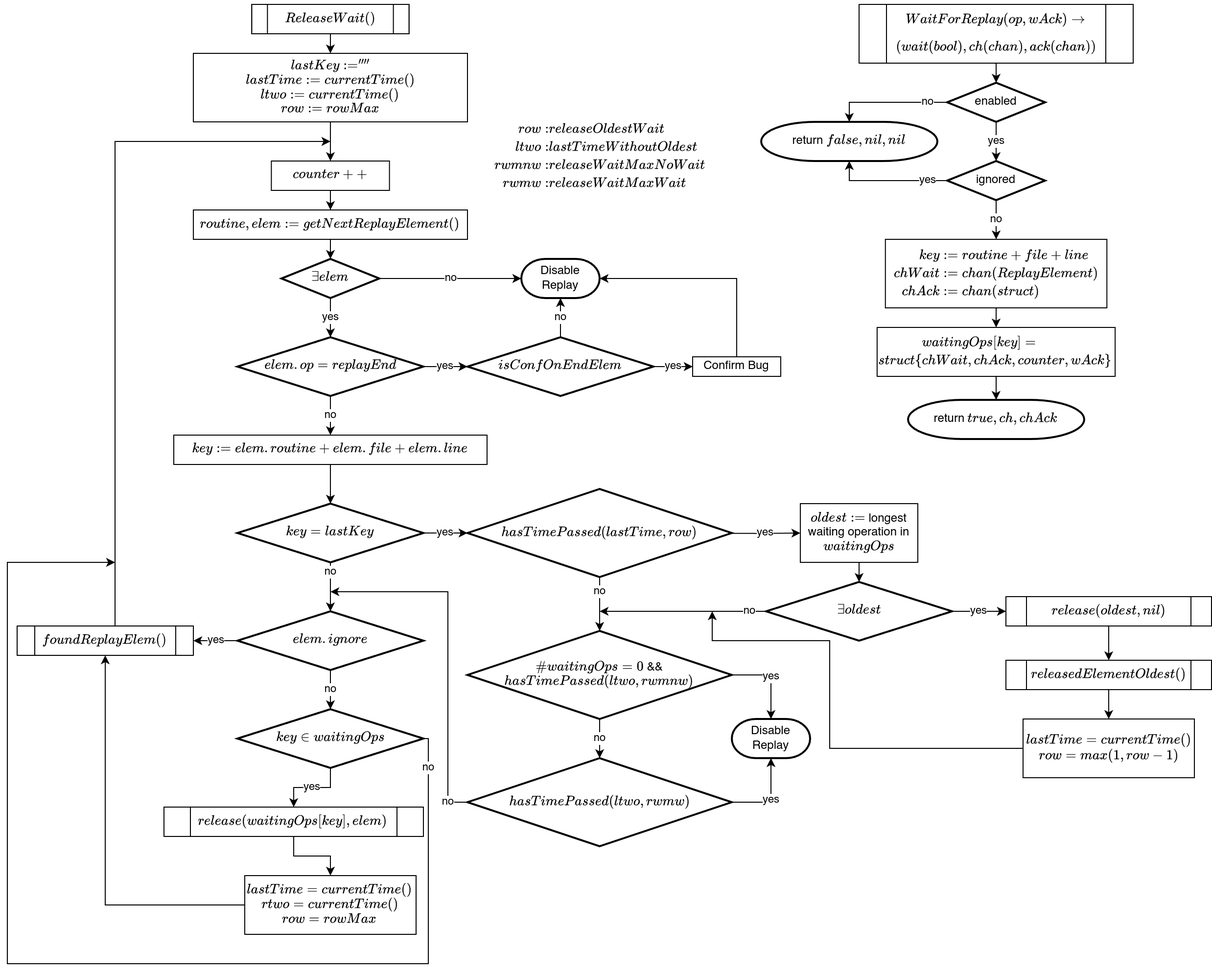
ErikKassubek/ADVOCATE keeps this draw.io diagram as doc/img/replayManager.png. Above is the earlier version. Source tidied: cells renumbered, new cells last; positions are measured from the earlier drawing's top-left corner, leaving out a move shared by most shapes.
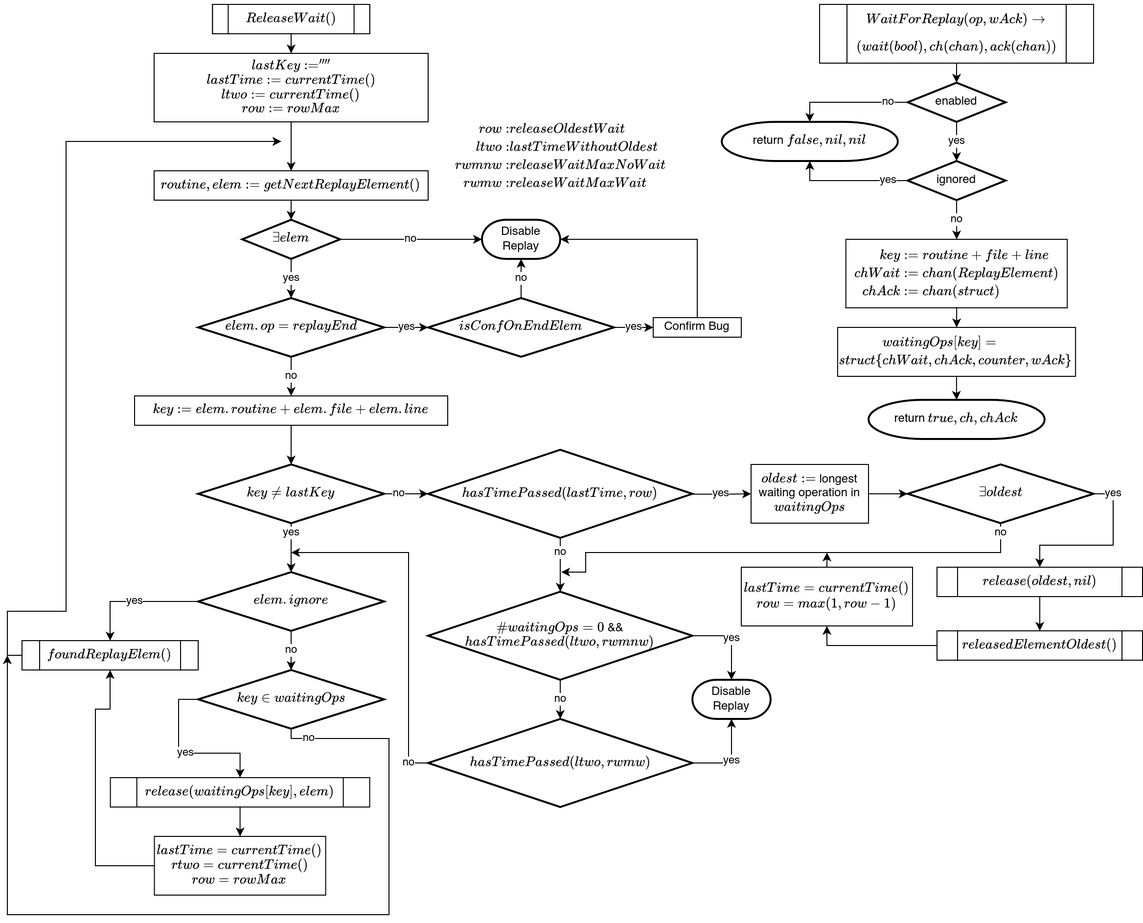
Above is the later version.

Commit message:
continue doc, small corrections in select replay

Diff of the diagram source:
```diff
@@ -13,28 +13,17 @@
         </Array>
       </mxGeometry>
     </mxCell>
-    <mxCell id="4" style="edgeStyle=orthogonalEdgeStyle;rounded=0;jettySize=auto;html=1;" parent="1" edge="1" source="25" target="7">
-      <mxGeometry relative="1" as="geometry">
-        <Array as="points">
-          <mxPoint x="330.3" y="150" />
-          <mxPoint x="330.3" y="150" />
-        </Array>
-      </mxGeometry>
+    <mxCell id="4" style="edgeStyle=orthogonalEdgeStyle;rounded=0;jettySize=auto;html=1;" parent="1" edge="1" source="25" target="9">
+      <mxGeometry relative="1" as="geometry" />
     </mxCell>
     <mxCell id="5" value="\[ReleaseWait()\]" style="shape=process;whiteSpace=wrap;html=1;backgroundOutline=1;" parent="1" vertex="1">
       <mxGeometry x="249.7" width="160.6" height="30" as="geometry" />
     </mxCell>
-    <mxCell id="6" style="edgeStyle=orthogonalEdgeStyle;rounded=0;jettySize=auto;html=1;" parent="1" edge="1" source="7" target="9">
-      <mxGeometry relative="1" as="geometry" />
-    </mxCell>
-    <mxCell id="7" value="\[counter++\]" style="rounded=0;whiteSpace=wrap;html=1;" parent="1" vertex="1">
-      <mxGeometry x="269.7" y="160" width="120.6" height="30" as="geometry" />
-    </mxCell>
     <mxCell id="8" style="edgeStyle=orthogonalEdgeStyle;rounded=0;jettySize=auto;html=1;" parent="1" edge="1" source="9" target="12">
       <mxGeometry relative="1" as="geometry" />
     </mxCell>
     <mxCell id="9" value="\[routine, elem := getNextReplayElement()\]" style="rounded=0;whiteSpace=wrap;html=1;" parent="1" vertex="1">
-      <mxGeometry x="190" y="210" width="280" height="30" as="geometry" />
+      <mxGeometry x="190" y="170" width="280" height="30" as="geometry" />
     </mxCell>
     <mxCell id="10" value="no" style="edgeStyle=orthogonalEdgeStyle;rounded=0;jettySize=auto;html=1;" parent="1" edge="1" source="12" target="13">
       <mxGeometry relative="1" as="geometry" />
@@ -43,10 +32,10 @@
       <mxGeometry relative="1" as="geometry" />
     </mxCell>
     <mxCell id="12" value="\(\exists elem\)" style="strokeWidth=2;html=1;shape=mxgraph.flowchart.decision;whiteSpace=wrap;" parent="1" vertex="1">
-      <mxGeometry x="280" y="260" width="100" height="40" as="geometry" />
+      <mxGeometry x="280" y="220" width="100" height="40" as="geometry" />
     </mxCell>
     <mxCell id="13" value="Disable Replay" style="strokeWidth=2;html=1;shape=mxgraph.flowchart.terminator;whiteSpace=wrap;" parent="1" vertex="1">
-      <mxGeometry x="525" y="260" width="80" height="40" as="geometry" />
+      <mxGeometry x="525" y="220" width="80" height="40" as="geometry" />
     </mxCell>
     <mxCell id="14" value="yes" style="edgeStyle=orthogonalEdgeStyle;rounded=0;jettySize=auto;html=1;" parent="1" edge="1" source="16" target="19">
       <mxGeometry relative="1" as="geometry" />
@@ -55,7 +44,7 @@
       <mxGeometry relative="1" as="geometry" />
     </mxCell>
     <mxCell id="16" value="\(elem.op = replayEnd\)" style="strokeWidth=2;html=1;shape=mxgraph.flowchart.decision;whiteSpace=wrap;" parent="1" vertex="1">
-      <mxGeometry x="235" y="340" width="190" height="60" as="geometry" />
+      <mxGeometry x="235" y="300" width="190" height="60" as="geometry" />
     </mxCell>
     <mxCell id="17" value="yes" style="edgeStyle=orthogonalEdgeStyle;rounded=0;jettySize=auto;html=1;" parent="1" edge="1" source="19" target="21">
       <mxGeometry relative="1" as="geometry" />
@@ -64,23 +53,23 @@
       <mxGeometry relative="1" as="geometry" />
     </mxCell>
     <mxCell id="19" value="\(isConfOnEndElem\)" style="strokeWidth=2;html=1;shape=mxgraph.flowchart.decision;whiteSpace=wrap;" parent="1" vertex="1">
-      <mxGeometry x="470" y="340" width="190" height="60" as="geometry" />
+      <mxGeometry x="470" y="300" width="190" height="60" as="geometry" />
     </mxCell>
     <mxCell id="20" style="edgeStyle=orthogonalEdgeStyle;rounded=0;jettySize=auto;html=1;entryX=1;entryY=0.5;entryDx=0;entryDy=0;entryPerimeter=0;" parent="1" edge="1" source="21" target="13">
       <mxGeometry relative="1" as="geometry">
         <Array as="points">
-          <mxPoint x="745" y="280" />
+          <mxPoint x="745" y="240" />
         </Array>
       </mxGeometry>
     </mxCell>
     <mxCell id="21" value="Confirm Bug" style="rounded=0;whiteSpace=wrap;html=1;" parent="1" vertex="1">
-      <mxGeometry x="700" y="360" width="90" height="20" as="geometry" />
+      <mxGeometry x="700" y="320" width="90" height="20" as="geometry" />
     </mxCell>
     <mxCell id="22" style="edgeStyle=orthogonalEdgeStyle;rounded=0;jettySize=auto;html=1;" parent="1" edge="1" source="23" target="27">
       <mxGeometry relative="1" as="geometry" />
     </mxCell>
     <mxCell id="23" value="\[key := elem.routine + elem.file + elem.line\]" style="rounded=0;whiteSpace=wrap;html=1;" parent="1" vertex="1">
-      <mxGeometry x="170" y="440" width="320" height="30" as="geometry" />
+      <mxGeometry x="170" y="400" width="320" height="30" as="geometry" />
     </mxCell>
     <mxCell id="24" style="edgeStyle=orthogonalEdgeStyle;rounded=0;jettySize=auto;html=1;entryX=0.5;entryY=0;entryDx=0;entryDy=0;" parent="1" edge="1" source="5" target="25">
       <mxGeometry relative="1" as="geometry">
@@ -92,13 +81,13 @@
     <mxCell id="25" value="\(lastKey := ''''\)&lt;div&gt;\(lastTime := currentTime()\)&lt;div&gt;\(ltwo := currentTime()\)&lt;/div&gt;&lt;/div&gt;&lt;div&gt;\(row := rowMax\)&lt;/div&gt;" style="rounded=0;whiteSpace=wrap;html=1;" parent="1" vertex="1">
       <mxGeometry x="190" y="50" width="280" height="70" as="geometry" />
     </mxCell>
-    <mxCell id="26" value="no" style="edgeStyle=orthogonalEdgeStyle;rounded=0;jettySize=auto;html=1;" parent="1" edge="1" source="27">
+    <mxCell id="26" value="yes" style="edgeStyle=orthogonalEdgeStyle;rounded=0;jettySize=auto;html=1;" parent="1" edge="1" source="27">
       <mxGeometry x="-0.6" relative="1" as="geometry">
-        <mxPoint x="330" y="620" as="targetPoint" />
+        <mxPoint x="330" y="580" as="targetPoint" />
       </mxGeometry>
     </mxCell>
-    <mxCell id="27" value="\(key = lastKey\)" style="strokeWidth=2;html=1;shape=mxgraph.flowchart.decision;whiteSpace=wrap;" parent="1" vertex="1">
-      <mxGeometry x="235" y="510" width="190" height="60" as="geometry" />
+    <mxCell id="27" value="\(key \neq lastKey\)" style="strokeWidth=2;html=1;shape=mxgraph.flowchart.decision;whiteSpace=wrap;" parent="1" vertex="1">
+      <mxGeometry x="235" y="470" width="190" height="60" as="geometry" />
     </mxCell>
     <mxCell id="28" value="yes" style="edgeStyle=orthogonalEdgeStyle;rounded=0;jettySize=auto;html=1;exitX=0.991;exitY=0.504;exitDx=0;exitDy=0;exitPerimeter=0;" parent="1" edge="1" source="30" target="33">
       <mxGeometry relative="1" as="geometry" />
@@ -107,59 +96,64 @@
       <mxGeometry x="-0.45" relative="1" as="geometry" />
     </mxCell>
     <mxCell id="30" value="\(hasTimePassed(\)\(lastTime, row)\)" style="strokeWidth=2;html=1;shape=mxgraph.flowchart.decision;whiteSpace=wrap;" parent="1" vertex="1">
-      <mxGeometry x="470" y="495" width="270" height="90" as="geometry" />
+      <mxGeometry x="470" y="455" width="270" height="90" as="geometry" />
     </mxCell>
-    <mxCell id="31" value="yes" style="edgeStyle=orthogonalEdgeStyle;rounded=0;jettySize=auto;html=1;exitX=1;exitY=0.5;exitDx=0;exitDy=0;exitPerimeter=0;entryX=0;entryY=0.5;entryDx=0;entryDy=0;entryPerimeter=0;" parent="1" edge="1" source="27" target="30">
-      <mxGeometry relative="1" as="geometry" />
+    <mxCell id="31" value="no" style="edgeStyle=orthogonalEdgeStyle;rounded=0;jettySize=auto;html=1;exitX=1;exitY=0.5;exitDx=0;exitDy=0;exitPerimeter=0;entryX=0;entryY=0.5;entryDx=0;entryDy=0;entryPerimeter=0;" parent="1" edge="1" source="27" target="30">
+      <mxGeometry x="-0.33" relative="1" as="geometry">
+        <Array as="points">
+          <mxPoint x="450" y="500" />
+          <mxPoint x="450" y="500" />
+        </Array>
+      </mxGeometry>
     </mxCell>
-    <mxCell id="32" value="yes" style="edgeStyle=orthogonalEdgeStyle;rounded=0;jettySize=auto;html=1;" parent="1" edge="1" source="37" target="35">
-      <mxGeometry relative="1" as="geometry" />
+    <mxCell id="32" value="yes" style="edgeStyle=orthogonalEdgeStyle;rounded=0;jettySize=auto;html=1;exitX=1;exitY=0.5;exitDx=0;exitDy=0;exitPerimeter=0;" parent="1" edge="1" source="37" target="35">
+      <mxGeometry x="-0.76" relative="1" as="geometry" />
     </mxCell>
     <mxCell id="33" value="\(oldest :=\) longest waiting operation in \(waitingOps\)" style="rounded=0;whiteSpace=wrap;html=1;" parent="1" vertex="1">
-      <mxGeometry x="810" y="510" width="120" height="60" as="geometry" />
+      <mxGeometry x="800" y="470" width="120" height="60" as="geometry" />
     </mxCell>
     <mxCell id="34" style="edgeStyle=orthogonalEdgeStyle;rounded=0;jettySize=auto;html=1;" parent="1" edge="1" source="35" target="61">
       <mxGeometry relative="1" as="geometry" />
     </mxCell>
     <mxCell id="35" value="\(release(oldest, nil)\)" style="shape=process;whiteSpace=wrap;html=1;backgroundOutline=1;" parent="1" vertex="1">
-      <mxGeometry x="1020" y="605" width="210" height="30" as="geometry" />
+      <mxGeometry x="990" y="575" width="210" height="30" as="geometry" />
     </mxCell>
-    <mxCell id="36" style="edgeStyle=orthogonalEdgeStyle;rounded=0;jettySize=auto;html=1;" parent="1" edge="1" source="33" target="37">
+    <mxCell id="36" style="edgeStyle=orthogonalEdgeStyle;rounded=0;jettySize=auto;html=1;entryX=0;entryY=0.5;entryDx=0;entryDy=0;entryPerimeter=0;" parent="1" edge="1" source="33" target="37">
       <mxGeometry relative="1" as="geometry" />
     </mxCell>
     <mxCell id="37" value="\(\exists oldest\)" style="strokeWidth=2;html=1;shape=mxgraph.flowchart.decision;whiteSpace=wrap;" parent="1" vertex="1">
-      <mxGeometry x="775" y="590" width="190" height="60" as="geometry" />
+      <mxGeometry x="960" y="470" width="190" height="60" as="geometry" />
     </mxCell>
-    <mxCell id="38" style="edgeStyle=orthogonalEdgeStyle;rounded=0;jettySize=auto;html=1;endArrow=classic;startFill=0;endFill=1;exitX=0;exitY=0.5;exitDx=0;exitDy=0;" parent="1" edge="1" source="39">
-      <mxGeometry relative="1" as="geometry">
-        <mxPoint x="720" y="620" as="targetPoint" />
-        <Array as="points">
-          <mxPoint x="840" y="760" />
-          <mxPoint x="840" y="650" />
-          <mxPoint x="720" y="650" />
-        </Array>
-      </mxGeometry>
-    </mxCell>
+    <mxCell id="77" style="edgeStyle=orthogonalEdgeStyle;rounded=0;jettySize=auto;html=1;exitX=0.5;exitY=0;exitDx=0;exitDy=0;" parent="1" edge="1" source="39">
+      <mxGeometry relative="1" as="geometry">
+        <mxPoint x="877.6" y="560" as="targetPoint" />
+      </mxGeometry>
+    </mxCell>
     <mxCell id="39" value="\(lastTime = currentTime()\)&lt;div&gt;\(row = max(1, row-1)\)&lt;/div&gt;" style="rounded=0;whiteSpace=wrap;html=1;" parent="1" vertex="1">
-      <mxGeometry x="1037.5" y="730" width="175" height="60" as="geometry" />
+      <mxGeometry x="790" y="575" width="175" height="60" as="geometry" />
     </mxCell>
     <mxCell id="40" value="no" style="edgeStyle=orthogonalEdgeStyle;rounded=0;jettySize=auto;html=1;" parent="1" edge="1" source="41" target="45">
       <mxGeometry relative="1" as="geometry" />
     </mxCell>
     <mxCell id="41" value="\(\#waitingOps = 0\)&amp;nbsp;&lt;span style=&quot;background-color: transparent; color: light-dark(rgb(0, 0, 0), rgb(255, 255, 255));&quot;&gt;&amp;amp;&amp;amp;&lt;/span&gt;&lt;div&gt;&lt;div&gt;\(hasTimePassed(ltwo, rwmnw)\)&lt;/div&gt;&lt;/div&gt;" style="strokeWidth=2;html=1;shape=mxgraph.flowchart.decision;whiteSpace=wrap;" parent="1" vertex="1">
-      <mxGeometry x="470" y="640" width="270" height="90" as="geometry" />
+      <mxGeometry x="470" y="600" width="270" height="90" as="geometry" />
     </mxCell>
-    <mxCell id="42" value="no" style="edgeStyle=orthogonalEdgeStyle;rounded=0;jettySize=auto;html=1;endArrow=classic;startFill=0;endFill=1;" parent="1" edge="1" source="37">
-      <mxGeometry x="-0.8" relative="1" as="geometry">
-        <mxPoint x="605" y="620" as="targetPoint" />
+    <mxCell id="42" value="no" style="edgeStyle=orthogonalEdgeStyle;rounded=0;jettySize=auto;html=1;endArrow=classic;startFill=0;endFill=1;exitX=0.5;exitY=1;exitDx=0;exitDy=0;exitPerimeter=0;" parent="1" edge="1" source="37">
+      <mxGeometry x="-0.96" relative="1" as="geometry">
+        <mxPoint x="606" y="580" as="targetPoint" />
+        <Array as="points">
+          <mxPoint x="1055" y="560" />
+          <mxPoint x="631" y="560" />
+          <mxPoint x="631" y="580" />
+        </Array>
       </mxGeometry>
     </mxCell>
     <mxCell id="43" value="no" style="edgeStyle=orthogonalEdgeStyle;rounded=0;jettySize=auto;html=1;" parent="1" edge="1" source="45">
       <mxGeometry x="-0.89" relative="1" as="geometry">
-        <mxPoint x="330" y="600" as="targetPoint" />
+        <mxPoint x="330" y="560" as="targetPoint" />
         <Array as="points">
-          <mxPoint x="450" y="815" />
-          <mxPoint x="450" y="600" />
+          <mxPoint x="450" y="775" />
+          <mxPoint x="450" y="560" />
         </Array>
       </mxGeometry>
     </mxCell>
@@ -167,47 +161,50 @@
       <mxGeometry relative="1" as="geometry" />
     </mxCell>
     <mxCell id="45" value="&lt;div&gt;&lt;div&gt;\(hasTimePassed(ltwo, rwmw)\)&lt;/div&gt;&lt;/div&gt;" style="strokeWidth=2;html=1;shape=mxgraph.flowchart.decision;whiteSpace=wrap;" parent="1" vertex="1">
-      <mxGeometry x="470" y="770" width="270" height="90" as="geometry" />
+      <mxGeometry x="470" y="730" width="270" height="90" as="geometry" />
     </mxCell>
     <mxCell id="46" value="Disable Replay" style="strokeWidth=2;html=1;shape=mxgraph.flowchart.terminator;whiteSpace=wrap;" parent="1" vertex="1">
-      <mxGeometry x="740" y="730" width="80" height="40" as="geometry" />
+      <mxGeometry x="740" y="690" width="80" height="40" as="geometry" />
     </mxCell>
     <mxCell id="47" value="yes" style="edgeStyle=orthogonalEdgeStyle;rounded=0;jettySize=auto;html=1;exitX=1;exitY=0.5;exitDx=0;exitDy=0;exitPerimeter=0;entryX=0.5;entryY=0;entryDx=0;entryDy=0;entryPerimeter=0;" parent="1" edge="1" source="41" target="46">
       <mxGeometry relative="1" as="geometry" />
     </mxCell>
-    <mxCell id="48" value="yes" style="edgeStyle=orthogonalEdgeStyle;rounded=0;jettySize=auto;html=1;" parent="1" edge="1" source="49" target="51">
+    <mxCell id="48" value="yes" style="edgeStyle=orthogonalEdgeStyle;rounded=0;jettySize=auto;html=1;entryX=0.5;entryY=0;entryDx=0;entryDy=0;exitX=0;exitY=0.5;exitDx=0;exitDy=0;exitPerimeter=0;" parent="1" edge="1" source="49" target="51">
       <mxGeometry relative="1" as="geometry" />
     </mxCell>
     <mxCell id="49" value="\(elem.ignore\)" style="strokeWidth=2;html=1;shape=mxgraph.flowchart.decision;whiteSpace=wrap;" parent="1" vertex="1">
-      <mxGeometry x="235" y="620" width="190" height="60" as="geometry" />
+      <mxGeometry x="235" y="580" width="190" height="60" as="geometry" />
     </mxCell>
-    <mxCell id="50" style="edgeStyle=orthogonalEdgeStyle;rounded=0;jettySize=auto;html=1;exitX=0.5;exitY=0;exitDx=0;exitDy=0;" parent="1" edge="1" source="51">
+    <mxCell id="50" style="edgeStyle=orthogonalEdgeStyle;rounded=0;jettySize=auto;html=1;exitX=0;exitY=0.5;exitDx=0;exitDy=0;" parent="1" edge="1" source="51">
       <mxGeometry relative="1" as="geometry">
-        <mxPoint x="330" y="140" as="targetPoint" />
+        <mxPoint x="320" y="140" as="targetPoint" />
         <Array as="points">
-          <mxPoint x="110" y="140" />
+          <mxPoint x="40" y="665" />
+          <mxPoint x="40" y="620" />
+          <mxPoint x="100" y="620" />
+          <mxPoint x="100" y="140" />
         </Array>
       </mxGeometry>
     </mxCell>
     <mxCell id="51" value="\(foundReplayElem()\)" style="shape=process;whiteSpace=wrap;html=1;backgroundOutline=1;" parent="1" vertex="1">
-      <mxGeometry x="10" y="635" width="180" height="30" as="geometry" />
+      <mxGeometry x="55" y="650" width="180" height="30" as="geometry" />
     </mxCell>
     <mxCell id="52" value="no" style="edgeStyle=orthogonalEdgeStyle;rounded=0;jettySize=auto;html=1;" parent="1" edge="1" source="54">
       <mxGeometry x="-0.94" relative="1" as="geometry">
-        <mxPoint x="110" y="570" as="targetPoint" />
+        <mxPoint x="40" y="665" as="targetPoint" />
         <Array as="points">
+          <mxPoint x="330" y="750" />
           <mxPoint x="430" y="750" />
-          <mxPoint x="430" y="980" />
-          <mxPoint y="980" />
-          <mxPoint y="570" />
+          <mxPoint x="430" y="930" />
+          <mxPoint x="40" y="930" />
         </Array>
       </mxGeometry>
     </mxCell>
-    <mxCell id="53" value="yes" style="edgeStyle=orthogonalEdgeStyle;rounded=0;jettySize=auto;html=1;" parent="1" edge="1" source="54" target="57">
+    <mxCell id="53" value="yes" style="edgeStyle=orthogonalEdgeStyle;rounded=0;jettySize=auto;html=1;entryX=0.5;entryY=0;entryDx=0;entryDy=0;exitX=0;exitY=0.5;exitDx=0;exitDy=0;exitPerimeter=0;" parent="1" edge="1" source="54" target="57">
       <mxGeometry relative="1" as="geometry" />
     </mxCell>
     <mxCell id="54" value="\(key \in waitingOps\)" style="strokeWidth=2;html=1;shape=mxgraph.flowchart.decision;whiteSpace=wrap;" parent="1" vertex="1">
-      <mxGeometry x="235" y="720" width="190" height="60" as="geometry" />
+      <mxGeometry x="235" y="680" width="190" height="60" as="geometry" />
     </mxCell>
     <mxCell id="55" value="no" style="edgeStyle=orthogonalEdgeStyle;rounded=0;jettySize=auto;html=1;exitX=0.5;exitY=1;exitDx=0;exitDy=0;exitPerimeter=0;entryX=0.5;entryY=0;entryDx=0;entryDy=0;entryPerimeter=0;" parent="1" edge="1" source="49" target="54">
       <mxGeometry relative="1" as="geometry" />
@@ -216,19 +213,25 @@
       <mxGeometry relative="1" as="geometry" />
     </mxCell>
     <mxCell id="57" value="\(release(waitingOps[key],elem)\)" style="shape=process;whiteSpace=wrap;html=1;backgroundOutline=1;" parent="1" vertex="1">
-      <mxGeometry x="160" y="820" width="265" height="30" as="geometry" />
+      <mxGeometry x="145.3" y="790" width="265" height="30" as="geometry" />
     </mxCell>
-    <mxCell id="58" style="edgeStyle=orthogonalEdgeStyle;rounded=0;jettySize=auto;html=1;entryX=0.5;entryY=1;entryDx=0;entryDy=0;" parent="1" edge="1" source="59" target="51">
-      <mxGeometry relative="1" as="geometry" />
+    <mxCell id="58" style="edgeStyle=orthogonalEdgeStyle;rounded=0;jettySize=auto;html=1;entryX=0.5;entryY=1;entryDx=0;entryDy=0;exitX=0;exitY=0.5;exitDx=0;exitDy=0;" parent="1" edge="1" source="59" target="51">
+      <mxGeometry relative="1" as="geometry">
+        <Array as="points">
+          <mxPoint x="130" y="880" />
+          <mxPoint x="130" y="720" />
+          <mxPoint x="145" y="720" />
+        </Array>
+      </mxGeometry>
     </mxCell>
     <mxCell id="59" value="\(lastTime = currentTime()\)&lt;div&gt;\(rtwo = currentTime()\)&lt;br&gt;&lt;div&gt;\(row = rowMax\)&lt;/div&gt;&lt;/div&gt;" style="rounded=0;whiteSpace=wrap;html=1;" parent="1" vertex="1">
-      <mxGeometry x="242.5" y="890" width="175" height="60" as="geometry" />
+      <mxGeometry x="190.3" y="850" width="175" height="60" as="geometry" />
     </mxCell>
-    <mxCell id="60" style="edgeStyle=orthogonalEdgeStyle;rounded=0;jettySize=auto;html=1;" parent="1" edge="1" source="61" target="39">
+    <mxCell id="60" style="edgeStyle=orthogonalEdgeStyle;rounded=0;jettySize=auto;html=1;entryX=0.5;entryY=1;entryDx=0;entryDy=0;" parent="1" edge="1" source="61" target="39">
       <mxGeometry relative="1" as="geometry" />
     </mxCell>
     <mxCell id="61" value="\(releasedElementOldest()\)" style="shape=process;whiteSpace=wrap;html=1;backgroundOutline=1;" parent="1" vertex="1">
-      <mxGeometry x="1020" y="670" width="210" height="30" as="geometry" />
+      <mxGeometry x="990" y="640" width="210" height="30" as="geometry" />
     </mxCell>
     <mxCell id="62" value="\[WaitForReplay(op, wAck) \to\] \[(wait (bool), ch (chan), ack (chan))\]" style="shape=process;whiteSpace=wrap;html=1;backgroundOutline=1;" parent="1" vertex="1">
       <mxGeometry x="870" width="280" height="60" as="geometry" />
```
